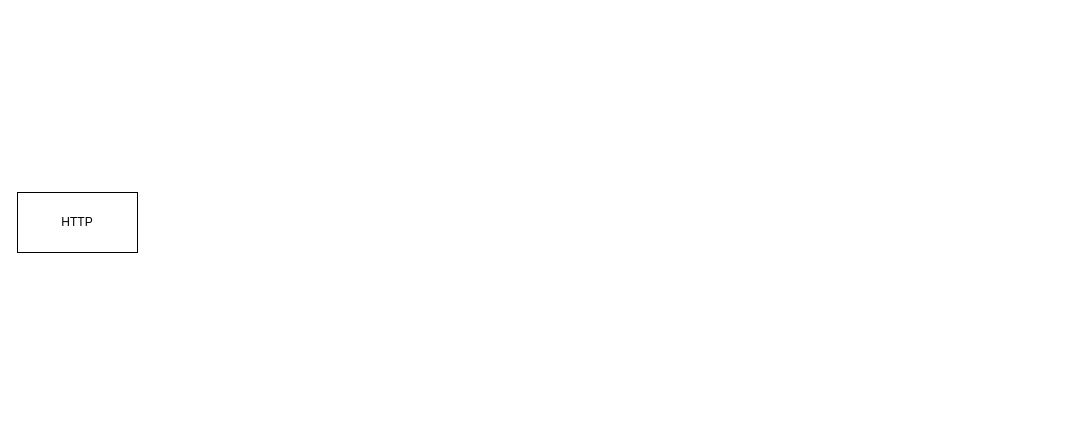
Above: http.drawio in zhouxiahao/flow-chart (draw.io), before the change. Source tidied: cells renumbered, new cells numbered last; positions are measured from the earlier drawing's top-left corner, leaving out a move shared by most shapes. Both pictures are drawn from the tidied source at 100%, with x=0, y=0 at pixel (17, 192).
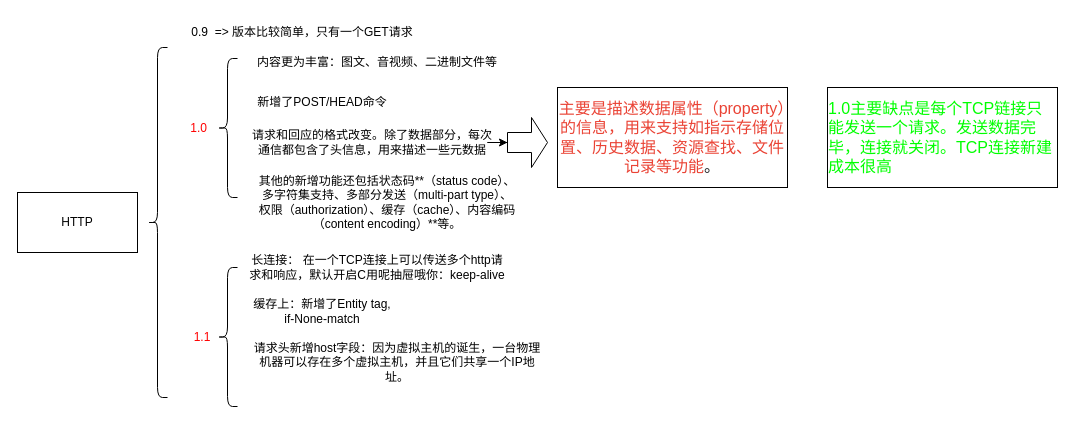
The same diagram, later.

Change to the diagram source:
```diff
@@
 <mxGraphModel>
   <root>
     <mxCell id="0" />
     <mxCell id="1" parent="0" />
     <mxCell id="2" value="HTTP" style="rounded=0;whiteSpace=wrap;html=1;" parent="1" vertex="1">
       <mxGeometry width="120" height="60" as="geometry" />
     </mxCell>
+    <mxCell id="3" style="shape=curlyBracket;whiteSpace=wrap;html=1;rounded=1;" parent="1" vertex="1">
+      <mxGeometry x="130" y="-145" width="20" height="350" as="geometry" />
+    </mxCell>
+    <mxCell id="4" value="0.9&amp;nbsp; =&amp;gt; 版本比较简单，只有一个GET请求" style="text;html=1;strokeColor=none;fillColor=none;align=center;verticalAlign=middle;whiteSpace=wrap;rounded=0;labelPosition=center;verticalLabelPosition=middle;" parent="1" vertex="1">
+      <mxGeometry x="170" y="-175" width="230" height="30" as="geometry" />
+    </mxCell>
+    <mxCell id="5" value="1.0&amp;nbsp;&amp;nbsp;" style="text;html=1;strokeColor=none;fillColor=none;align=center;verticalAlign=middle;whiteSpace=wrap;rounded=0;labelPosition=center;verticalLabelPosition=middle;fontColor=#FF0000;" parent="1" vertex="1">
+      <mxGeometry x="170" y="-79.5" width="30" height="30" as="geometry" />
+    </mxCell>
+    <mxCell id="6" style="shape=curlyBracket;whiteSpace=wrap;html=1;rounded=1;" parent="1" vertex="1">
+      <mxGeometry x="200" y="-134" width="20" height="139" as="geometry" />
+    </mxCell>
+    <mxCell id="7" value="内容更为丰富：图文、音视频、二进制文件等" style="text;html=1;strokeColor=none;fillColor=none;align=center;verticalAlign=middle;whiteSpace=wrap;rounded=0;" parent="1" vertex="1">
+      <mxGeometry x="230" y="-145" width="260" height="30" as="geometry" />
+    </mxCell>
+    <mxCell id="8" value="新增了POST/HEAD命令" style="text;html=1;strokeColor=none;fillColor=none;align=center;verticalAlign=middle;whiteSpace=wrap;rounded=0;" parent="1" vertex="1">
+      <mxGeometry x="230" y="-105" width="150" height="30" as="geometry" />
+    </mxCell>
+    <mxCell id="9" style="edgeStyle=orthogonalEdgeStyle;rounded=0;jettySize=auto;html=1;fontColor=#FF0000;" parent="1" edge="1" source="10" target="11">
+      <mxGeometry relative="1" as="geometry" />
+    </mxCell>
+    <mxCell id="10" value="请求和回应的格式改变。除了数据部分，每次通信都包含了头信息，用来描述一些元数据" style="text;html=1;strokeColor=none;fillColor=none;align=center;verticalAlign=middle;whiteSpace=wrap;rounded=0;" parent="1" vertex="1">
+      <mxGeometry x="230" y="-65" width="250" height="30" as="geometry" />
+    </mxCell>
+    <mxCell id="11" style="shape=singleArrow;whiteSpace=wrap;html=1;arrowWidth=0.4;arrowSize=0.4;fontColor=#FF0000;" parent="1" vertex="1">
+      <mxGeometry x="490" y="-75" width="40" height="50" as="geometry" />
+    </mxCell>
+    <mxCell id="12" value="&lt;span style=&quot;color: rgb(234 , 67 , 53) ; font-family: &amp;#34;arial&amp;#34; , sans-serif ; font-size: 16px ; text-align: left ; background-color: rgb(255 , 255 , 255)&quot;&gt;主要是描述数据属性（property）的信息，用来支持如指示存储位置、历史数据、资源查找、文件记录等功能&lt;/span&gt;&lt;span style=&quot;color: rgb(32 , 33 , 36) ; font-family: &amp;#34;arial&amp;#34; , sans-serif ; font-size: 16px ; text-align: left ; background-color: rgb(255 , 255 , 255)&quot;&gt;。&lt;/span&gt;" style="rounded=0;whiteSpace=wrap;html=1;fontColor=#FF0000;" parent="1" vertex="1">
+      <mxGeometry x="540" y="-105" width="230" height="100" as="geometry" />
+    </mxCell>
+    <mxCell id="13" value="其他的新增功能还包括状态码**（status code）、多字符集支持、多部分发送（multi-part type）、权限（authorization）、缓存（cache）、内容编码（content encoding）**等。" style="text;html=1;strokeColor=none;fillColor=none;align=center;verticalAlign=middle;whiteSpace=wrap;rounded=0;fontSize=12;fontColor=#000000;" parent="1" vertex="1">
+      <mxGeometry x="240" y="-5" width="260" height="30" as="geometry" />
+    </mxCell>
+    <mxCell id="14" value="1.1" style="text;html=1;strokeColor=none;fillColor=none;align=center;verticalAlign=middle;whiteSpace=wrap;rounded=0;labelPosition=center;verticalLabelPosition=middle;fontColor=#FF0000;" parent="1" vertex="1">
+      <mxGeometry x="170" y="129.5" width="30" height="30" as="geometry" />
+    </mxCell>
+    <mxCell id="15" style="shape=curlyBracket;whiteSpace=wrap;html=1;rounded=1;" parent="1" vertex="1">
+      <mxGeometry x="200" y="75" width="20" height="139" as="geometry" />
+    </mxCell>
+    <mxCell id="16" value="缓存上：新增了Entity tag, if-None-match" style="text;html=1;strokeColor=none;fillColor=none;align=center;verticalAlign=middle;whiteSpace=wrap;rounded=0;" parent="1" vertex="1">
+      <mxGeometry x="230" y="104" width="150" height="30" as="geometry" />
+    </mxCell>
+    <mxCell id="17" value="长连接： 在一个TCP连接上可以传送多个http请求和响应，默认开启C用呢抽屉哦你：keep-alive" style="text;html=1;strokeColor=none;fillColor=none;align=center;verticalAlign=middle;whiteSpace=wrap;rounded=0;" parent="1" vertex="1">
+      <mxGeometry x="230" y="60" width="260" height="30" as="geometry" />
+    </mxCell>
+    <mxCell id="18" value="&lt;div style=&quot;text-align: left&quot;&gt;&lt;font face=&quot;arial, sans-serif&quot;&gt;&lt;span style=&quot;font-size: 16px ; background-color: rgb(255 , 255 , 255)&quot;&gt;1.0主要缺点是每个TCP链接只能发送一个请求。发送数据完毕，连接就关闭。TCP连接新建成本很高&lt;/span&gt;&lt;/font&gt;&lt;/div&gt;" style="rounded=0;whiteSpace=wrap;html=1;fontColor=#00FF00;" parent="1" vertex="1">
+      <mxGeometry x="810" y="-105" width="230" height="100" as="geometry" />
+    </mxCell>
+    <mxCell id="19" value="请求头新增host字段：因为虚拟主机的诞生，一台物理机器可以存在多个虚拟主机，并且它们共享一个IP地址。" style="text;html=1;strokeColor=none;fillColor=none;align=center;verticalAlign=middle;whiteSpace=wrap;rounded=0;" parent="1" vertex="1">
+      <mxGeometry x="230" y="155" width="300" height="30" as="geometry" />
+    </mxCell>
   </root>
 </mxGraphModel>
```
